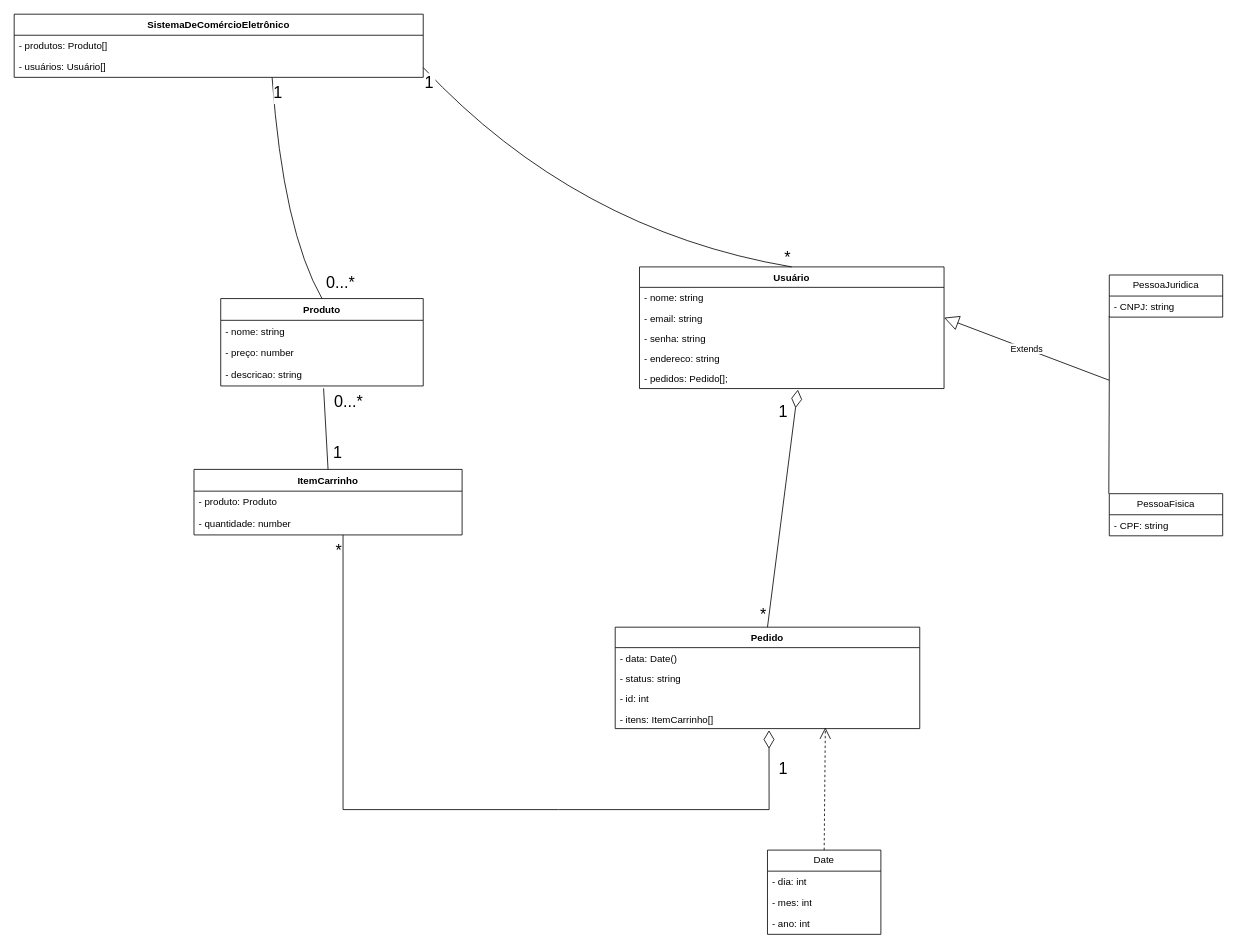
Above: Diagramas/DiagramaQ10.drawio in Mateus-Fernandes-Barbosa/EngenhariaDeSoftware (draw.io), before the change. Source tidied: cells renumbered, new cells numbered last; positions are measured from the earlier drawing's top-left corner, leaving out a move shared by most shapes. Both pictures are drawn from the tidied source at 81%, with x=0, y=0 at pixel (14, 14).
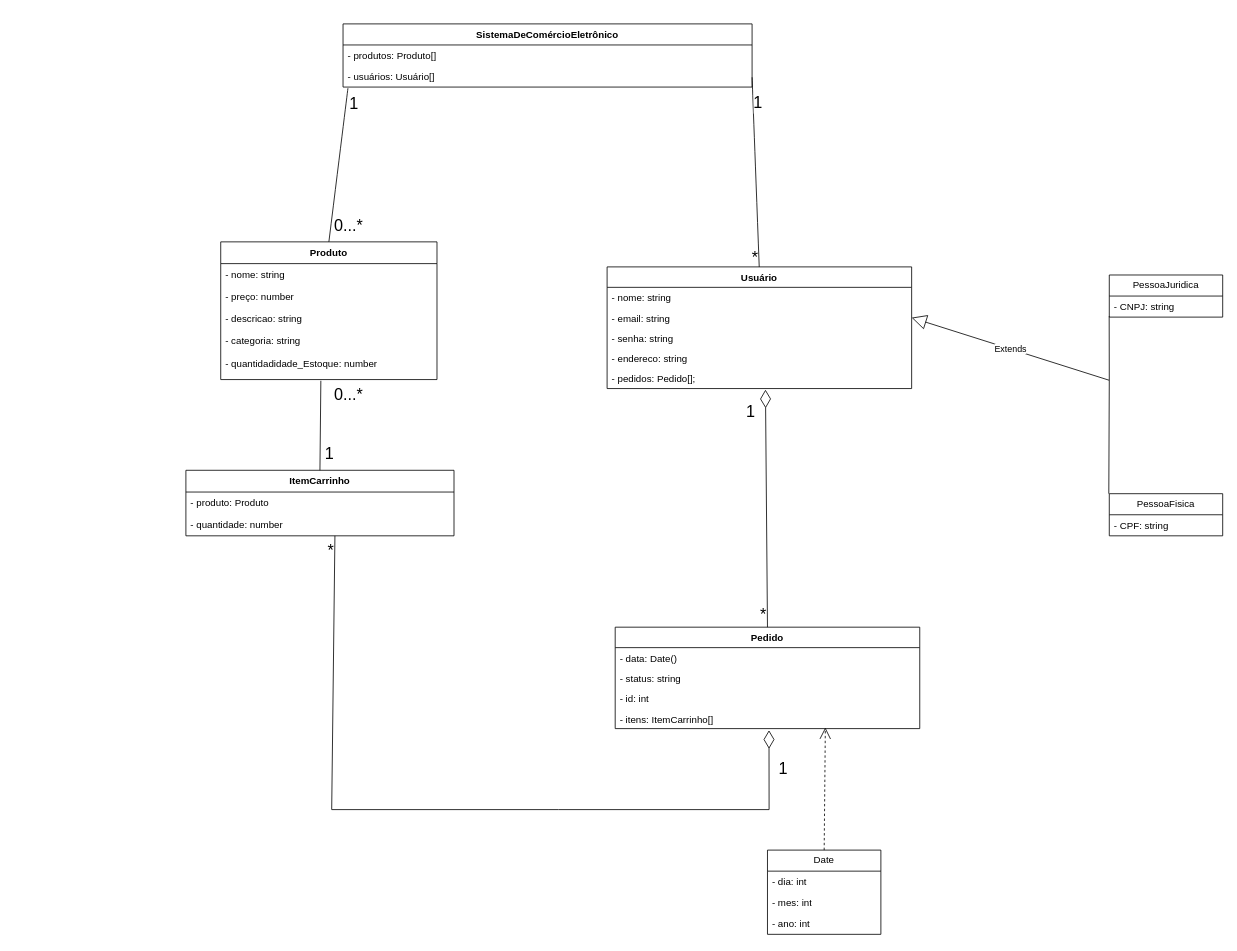
The same diagram, later.

The change refers to these unchanged cells:
```xml
<mxCell id="4" value="- usuários: Usuário[]" style="text;strokeColor=none;fillColor=none;align=left;verticalAlign=top;spacingLeft=4;spacingRight=4;overflow=hidden;points=[[0,0.5],[1,0.5]];portConstraint=eastwest;" parent="2" vertex="1">
  <mxGeometry y="52" width="505" height="26" as="geometry" />
</mxCell>
<mxCell id="41" value="- itens: ItemCarrinho[]" style="text;strokeColor=none;fillColor=none;align=left;verticalAlign=top;spacingLeft=4;spacingRight=4;overflow=hidden;points=[[0,0.5],[1,0.5]];portConstraint=eastwest;" parent="37" vertex="1">
  <mxGeometry y="100.2" width="376" height="25" as="geometry" />
</mxCell>
```

Diff of the diagram source:
```diff
@@
     <mxCell id="2" value="SistemaDeComércioEletrônico" style="swimlane;fontStyle=1;align=center;verticalAlign=top;horizontal=1;startSize=26;" parent="1" vertex="1">
-      <mxGeometry width="505" height="78" as="geometry" />
+      <mxGeometry x="406" y="12" width="505" height="78" as="geometry" />
     </mxCell>
@@
     <mxCell id="5" value="Produto" style="swimlane;fontStyle=1;align=center;verticalAlign=top;horizontal=1;startSize=26.857142857142858;" parent="1" vertex="1">
-      <mxGeometry x="255" y="351.1" width="250" height="107.9" as="geometry" />
+      <mxGeometry x="255" y="281.1" width="267" height="170" as="geometry" />
     </mxCell>
     <mxCell id="6" value="- nome: string" style="text;strokeColor=none;fillColor=none;align=left;verticalAlign=top;spacingLeft=4;spacingRight=4;overflow=hidden;" parent="5" vertex="1">
-      <mxGeometry y="26.9" width="250" height="27" as="geometry" />
+      <mxGeometry y="26.9" width="267" height="27" as="geometry" />
     </mxCell>
     <mxCell id="7" value="- preço: number" style="text;strokeColor=none;fillColor=none;align=left;verticalAlign=top;spacingLeft=4;spacingRight=4;overflow=hidden;" parent="5" vertex="1">
-      <mxGeometry y="53.9" width="250" height="27" as="geometry" />
+      <mxGeometry y="53.9" width="267" height="27" as="geometry" />
     </mxCell>
-    <mxCell id="8" value="- descricao: string" style="text;strokeColor=none;fillColor=none;align=left;verticalAlign=top;spacingLeft=4;spacingRight=4;overflow=hidden;points=[[0,0.5],[1,0.5]];portConstraint=eastwest;" parent="5" vertex="1">
-      <mxGeometry y="80.9" width="250" height="27" as="geometry" />
+    <mxCell id="8" value="- descricao: string&#10;&#10;- categoria: string&#10;&#10;- quantidadidade_Estoque: number" style="text;strokeColor=none;fillColor=none;align=left;verticalAlign=top;spacingLeft=4;spacingRight=4;overflow=hidden;points=[[0,0.5],[1,0.5]];portConstraint=eastwest;" parent="5" vertex="1">
+      <mxGeometry y="80.9" width="267" height="89.1" as="geometry" />
     </mxCell>
     <mxCell id="9" value="Usuário" style="swimlane;fontStyle=1;align=center;verticalAlign=top;horizontal=1;startSize=25.25;" parent="1" vertex="1">
-      <mxGeometry x="772" y="312" width="376" height="150.2" as="geometry" />
+      <mxGeometry x="732" y="312" width="376" height="150.2" as="geometry" />
     </mxCell>
@@
     <mxCell id="15" value="ItemCarrinho" style="swimlane;fontStyle=1;align=center;verticalAlign=top;horizontal=1;startSize=26.857142857142858;" parent="1" vertex="1">
-      <mxGeometry x="222" y="562" width="331" height="80.9" as="geometry" />
+      <mxGeometry x="212" y="563.1" width="331" height="80.9" as="geometry" />
     </mxCell>
@@
-    <mxCell id="18" style="curved=1;startArrow=none;endArrow=none;endSize=12;exitX=0.630542604774176;exitY=1;entryX=0.5000630040322581;entryY=-0.002551020408163265;endFill=0;" parent="1" edge="1" source="2" target="5">
-      <mxGeometry relative="1" as="geometry">
-        <Array as="points">
-          <mxPoint x="332" y="267" />
-        </Array>
-      </mxGeometry>
+    <mxCell id="18" style="curved=1;startArrow=none;endArrow=none;endSize=12;exitX=0.012;exitY=1.052;entryX=0.5000630040322581;entryY=-0.002551020408163265;endFill=0;exitDx=0;exitDy=0;exitPerimeter=0;" parent="1" edge="1" source="4" target="5">
+      <mxGeometry relative="1" as="geometry" />
     </mxCell>
@@
     <mxCell id="20" style="curved=1;startArrow=none;endArrow=none;endSize=12;exitX=1.0005569306930693;exitY=0.8454848545583772;entryX=0.49951171875;entryY=0;endFill=0;" parent="1" edge="1" source="2" target="9">
-      <mxGeometry relative="1" as="geometry">
-        <Array as="points">
-          <mxPoint x="694" y="267" />
-        </Array>
-      </mxGeometry>
+      <mxGeometry relative="1" as="geometry" />
     </mxCell>
     <mxCell id="21" value="1" style="edgeLabel;align=left;verticalAlign=top;fontSize=20;" parent="20" vertex="1">
-      <mxGeometry x="-1" relative="1" as="geometry" />
+      <mxGeometry x="-1" relative="1" as="geometry">
+        <mxPoint y="12" as="offset" />
+      </mxGeometry>
     </mxCell>
@@
     <mxCell id="27" value="0...*" style="edgeLabel;align=right;verticalAlign=top;fontSize=20;labelBackgroundColor=none;" parent="1" vertex="1">
-      <mxGeometry x="422" y="312" as="geometry" />
+      <mxGeometry x="432" y="242" as="geometry" />
     </mxCell>
     <mxCell id="28" value="*" style="edgeLabel;align=right;verticalAlign=top;fontSize=20;labelBackgroundColor=none;" parent="1" vertex="1">
-      <mxGeometry x="406" y="642.9" as="geometry" />
+      <mxGeometry x="396" y="644" as="geometry" />
     </mxCell>
-    <mxCell id="29" style="endArrow=none;html=1;rounded=0;entryX=0.5;entryY=0;entryDx=0;entryDy=0;" parent="1" edge="1" target="15">
-      <mxGeometry relative="1" as="geometry">
-        <mxPoint x="382" y="462" as="sourcePoint" />
-      </mxGeometry>
+    <mxCell id="29" style="endArrow=none;html=1;rounded=0;entryX=0.5;entryY=0;entryDx=0;entryDy=0;exitX=0.463;exitY=1.016;exitDx=0;exitDy=0;exitPerimeter=0;" parent="1" edge="1" source="8" target="15">
+      <mxGeometry relative="1" as="geometry" />
     </mxCell>
     <mxCell id="30" value="0...*" style="edgeLabel;align=right;verticalAlign=top;fontSize=20;labelBackgroundColor=none;" parent="1" vertex="1">
-      <mxGeometry x="432" y="459" as="geometry" />
+      <mxGeometry x="432" y="451.1" as="geometry" />
     </mxCell>
     <mxCell id="31" value="1" style="edgeLabel;align=left;verticalAlign=top;fontSize=20;" parent="1" vertex="1">
-      <mxGeometry x="392" y="522" as="geometry" />
+      <mxGeometry x="382" y="523.1" as="geometry" />
     </mxCell>
@@
     <mxCell id="34" value="*" style="edgeLabel;align=right;verticalAlign=top;fontSize=20;labelBackgroundColor=none;" parent="1" vertex="1">
-      <mxGeometry x="960" y="282" as="geometry" />
+      <mxGeometry x="920" y="282" as="geometry" />
     </mxCell>
     <mxCell id="35" style="endArrow=diamondThin;endFill=0;endSize=20;html=1;rounded=0;entryX=0.505;entryY=1.08;entryDx=0;entryDy=0;entryPerimeter=0;exitX=0;exitY=0;exitDx=0;exitDy=0;" parent="1" edge="1" source="28" target="41">
       <mxGeometry relative="1" as="geometry">
         <Array as="points">
-          <mxPoint x="406" y="982" />
+          <mxPoint x="392" y="982" />
           <mxPoint x="672" y="982" />
           <mxPoint x="932" y="982" />
         </Array>
       </mxGeometry>
     </mxCell>
@@
     <mxCell id="47" value="1" style="edgeLabel;align=left;verticalAlign=top;fontSize=20;labelBackgroundColor=none;" parent="1" vertex="1">
-      <mxGeometry x="942" y="472" as="geometry" />
+      <mxGeometry x="902" y="472" as="geometry" />
     </mxCell>
```
